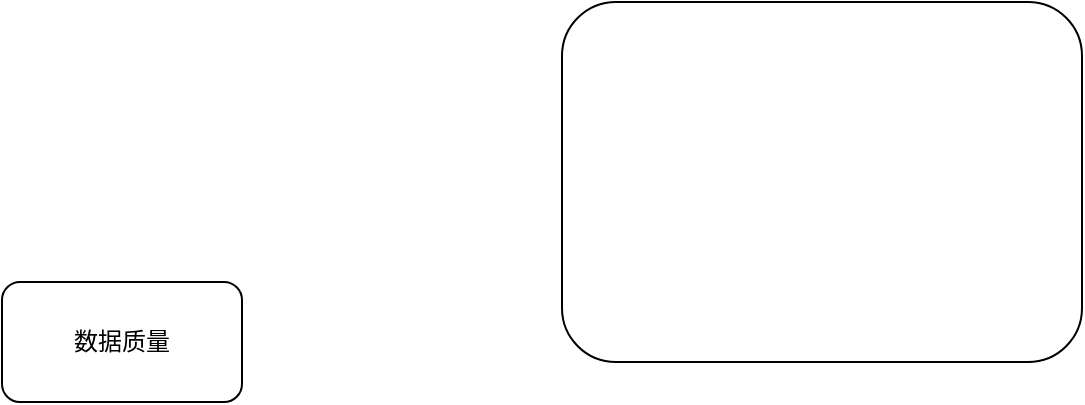
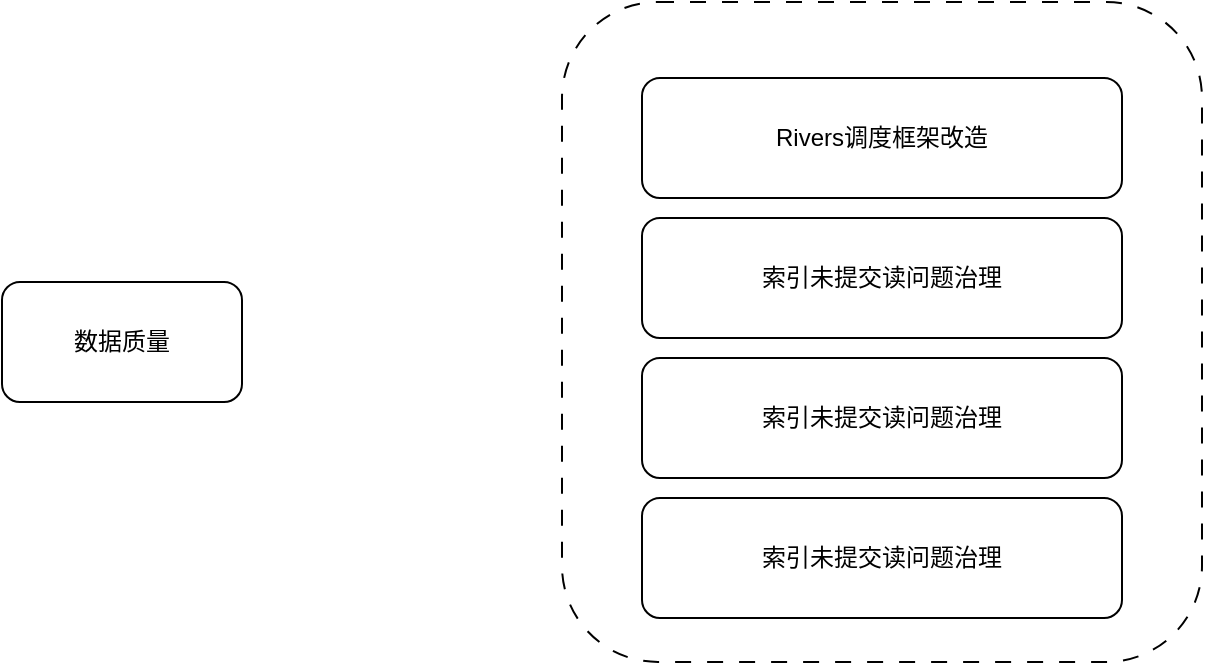
<mxfile host="app.diagrams.net">
  <diagram name="第 1 页" id="GW5pIs5veht1JAp7KkI_">
    <mxGraphModel dx="1414" dy="743" grid="1" gridSize="10" guides="1" tooltips="1" connect="1" arrows="1" fold="1" page="1" pageScale="1" pageWidth="827" pageHeight="1169" math="0" shadow="0">
      <root>
        <mxCell id="0" />
        <mxCell id="1" parent="0" />
        <mxCell id="wTcDe9Maki3rzC6nWKls-1" parent="1" style="rounded=1;whiteSpace=wrap;html=1;" value="数据质量" vertex="1">
          <mxGeometry height="60" width="120" x="40" y="170" as="geometry" />
        </mxCell>
-         <mxCell id="wTcDe9Maki3rzC6nWKls-2" parent="1" style="rounded=1;whiteSpace=wrap;html=1;" value="" vertex="1">
-           <mxGeometry height="180" width="260" x="320" y="30" as="geometry" />
+         <mxCell id="wTcDe9Maki3rzC6nWKls-2" parent="1" style="rounded=1;whiteSpace=wrap;html=1;dashed=1;dashPattern=8 8;" value="" vertex="1">
+           <mxGeometry height="330" width="320" x="320" y="30" as="geometry" />
+         </mxCell>
+         <mxCell id="tlZWuGnZ34qc-_XEAHlx-2" parent="1" style="rounded=1;whiteSpace=wrap;html=1;" value="Rivers调度框架改造" vertex="1">
+           <mxGeometry height="60" width="240" x="360" y="68" as="geometry" />
+         </mxCell>
+         <mxCell id="tlZWuGnZ34qc-_XEAHlx-3" parent="1" style="rounded=1;whiteSpace=wrap;html=1;" value="&lt;div data-page-id=&quot;RyA2dkQfAo6vjfxjHSMc7yh9nOb&quot; data-lark-html-role=&quot;root&quot; data-docx-has-block-data=&quot;false&quot;&gt;&lt;div class=&quot;old-record-id-T3LcdIdbMojNDJxLqQOcARHGnTf&quot;&gt;索引未提交读问题治理&lt;/div&gt;&lt;/div&gt;&lt;span data-lark-record-data=&quot;{&amp;quot;rootId&amp;quot;:&amp;quot;RyA2dkQfAo6vjfxjHSMc7yh9nOb&amp;quot;,&amp;quot;text&amp;quot;:{&amp;quot;initialAttributedTexts&amp;quot;:{&amp;quot;text&amp;quot;:{&amp;quot;0&amp;quot;:&amp;quot;索引未提交读问题治理&amp;quot;},&amp;quot;attribs&amp;quot;:{&amp;quot;0&amp;quot;:&amp;quot;*0+a&amp;quot;}},&amp;quot;apool&amp;quot;:{&amp;quot;numToAttrib&amp;quot;:{&amp;quot;0&amp;quot;:[&amp;quot;author&amp;quot;,&amp;quot;7514862704348151811&amp;quot;]},&amp;quot;nextNum&amp;quot;:1}},&amp;quot;type&amp;quot;:&amp;quot;text&amp;quot;,&amp;quot;referenceRecordMap&amp;quot;:{},&amp;quot;extra&amp;quot;:{&amp;quot;channel&amp;quot;:&amp;quot;saas&amp;quot;,&amp;quot;isEqualBlockSelection&amp;quot;:false,&amp;quot;pasteRandomId&amp;quot;:&amp;quot;af7d7ebb-5849-4b27-9374-e3078228d6c2&amp;quot;,&amp;quot;mention_page_title&amp;quot;:{},&amp;quot;external_mention_url&amp;quot;:{}},&amp;quot;isKeepQuoteContainer&amp;quot;:false,&amp;quot;isFromCode&amp;quot;:false,&amp;quot;selection&amp;quot;:[{&amp;quot;id&amp;quot;:904,&amp;quot;type&amp;quot;:&amp;quot;text&amp;quot;,&amp;quot;selection&amp;quot;:{&amp;quot;start&amp;quot;:0,&amp;quot;end&amp;quot;:10},&amp;quot;recordId&amp;quot;:&amp;quot;T3LcdIdbMojNDJxLqQOcARHGnTf&amp;quot;}],&amp;quot;payloadMap&amp;quot;:{},&amp;quot;isCut&amp;quot;:false}&quot; data-lark-record-format=&quot;docx/text&quot; class=&quot;lark-record-clipboard&quot;&gt;&lt;/span&gt;" vertex="1">
+           <mxGeometry height="60" width="240" x="360" y="138" as="geometry" />
+         </mxCell>
+         <mxCell id="tlZWuGnZ34qc-_XEAHlx-4" parent="1" style="rounded=1;whiteSpace=wrap;html=1;" value="&lt;div data-page-id=&quot;RyA2dkQfAo6vjfxjHSMc7yh9nOb&quot; data-lark-html-role=&quot;root&quot; data-docx-has-block-data=&quot;false&quot;&gt;&lt;div class=&quot;old-record-id-T3LcdIdbMojNDJxLqQOcARHGnTf&quot;&gt;索引未提交读问题治理&lt;/div&gt;&lt;/div&gt;&lt;span data-lark-record-data=&quot;{&amp;quot;rootId&amp;quot;:&amp;quot;RyA2dkQfAo6vjfxjHSMc7yh9nOb&amp;quot;,&amp;quot;text&amp;quot;:{&amp;quot;initialAttributedTexts&amp;quot;:{&amp;quot;text&amp;quot;:{&amp;quot;0&amp;quot;:&amp;quot;索引未提交读问题治理&amp;quot;},&amp;quot;attribs&amp;quot;:{&amp;quot;0&amp;quot;:&amp;quot;*0+a&amp;quot;}},&amp;quot;apool&amp;quot;:{&amp;quot;numToAttrib&amp;quot;:{&amp;quot;0&amp;quot;:[&amp;quot;author&amp;quot;,&amp;quot;7514862704348151811&amp;quot;]},&amp;quot;nextNum&amp;quot;:1}},&amp;quot;type&amp;quot;:&amp;quot;text&amp;quot;,&amp;quot;referenceRecordMap&amp;quot;:{},&amp;quot;extra&amp;quot;:{&amp;quot;channel&amp;quot;:&amp;quot;saas&amp;quot;,&amp;quot;isEqualBlockSelection&amp;quot;:false,&amp;quot;pasteRandomId&amp;quot;:&amp;quot;af7d7ebb-5849-4b27-9374-e3078228d6c2&amp;quot;,&amp;quot;mention_page_title&amp;quot;:{},&amp;quot;external_mention_url&amp;quot;:{}},&amp;quot;isKeepQuoteContainer&amp;quot;:false,&amp;quot;isFromCode&amp;quot;:false,&amp;quot;selection&amp;quot;:[{&amp;quot;id&amp;quot;:904,&amp;quot;type&amp;quot;:&amp;quot;text&amp;quot;,&amp;quot;selection&amp;quot;:{&amp;quot;start&amp;quot;:0,&amp;quot;end&amp;quot;:10},&amp;quot;recordId&amp;quot;:&amp;quot;T3LcdIdbMojNDJxLqQOcARHGnTf&amp;quot;}],&amp;quot;payloadMap&amp;quot;:{},&amp;quot;isCut&amp;quot;:false}&quot; data-lark-record-format=&quot;docx/text&quot; class=&quot;lark-record-clipboard&quot;&gt;&lt;/span&gt;" vertex="1">
+           <mxGeometry height="60" width="240" x="360" y="208" as="geometry" />
+         </mxCell>
+         <mxCell id="tlZWuGnZ34qc-_XEAHlx-5" parent="1" style="rounded=1;whiteSpace=wrap;html=1;" value="&lt;div data-page-id=&quot;RyA2dkQfAo6vjfxjHSMc7yh9nOb&quot; data-lark-html-role=&quot;root&quot; data-docx-has-block-data=&quot;false&quot;&gt;&lt;div class=&quot;old-record-id-T3LcdIdbMojNDJxLqQOcARHGnTf&quot;&gt;索引未提交读问题治理&lt;/div&gt;&lt;/div&gt;&lt;span data-lark-record-data=&quot;{&amp;quot;rootId&amp;quot;:&amp;quot;RyA2dkQfAo6vjfxjHSMc7yh9nOb&amp;quot;,&amp;quot;text&amp;quot;:{&amp;quot;initialAttributedTexts&amp;quot;:{&amp;quot;text&amp;quot;:{&amp;quot;0&amp;quot;:&amp;quot;索引未提交读问题治理&amp;quot;},&amp;quot;attribs&amp;quot;:{&amp;quot;0&amp;quot;:&amp;quot;*0+a&amp;quot;}},&amp;quot;apool&amp;quot;:{&amp;quot;numToAttrib&amp;quot;:{&amp;quot;0&amp;quot;:[&amp;quot;author&amp;quot;,&amp;quot;7514862704348151811&amp;quot;]},&amp;quot;nextNum&amp;quot;:1}},&amp;quot;type&amp;quot;:&amp;quot;text&amp;quot;,&amp;quot;referenceRecordMap&amp;quot;:{},&amp;quot;extra&amp;quot;:{&amp;quot;channel&amp;quot;:&amp;quot;saas&amp;quot;,&amp;quot;isEqualBlockSelection&amp;quot;:false,&amp;quot;pasteRandomId&amp;quot;:&amp;quot;af7d7ebb-5849-4b27-9374-e3078228d6c2&amp;quot;,&amp;quot;mention_page_title&amp;quot;:{},&amp;quot;external_mention_url&amp;quot;:{}},&amp;quot;isKeepQuoteContainer&amp;quot;:false,&amp;quot;isFromCode&amp;quot;:false,&amp;quot;selection&amp;quot;:[{&amp;quot;id&amp;quot;:904,&amp;quot;type&amp;quot;:&amp;quot;text&amp;quot;,&amp;quot;selection&amp;quot;:{&amp;quot;start&amp;quot;:0,&amp;quot;end&amp;quot;:10},&amp;quot;recordId&amp;quot;:&amp;quot;T3LcdIdbMojNDJxLqQOcARHGnTf&amp;quot;}],&amp;quot;payloadMap&amp;quot;:{},&amp;quot;isCut&amp;quot;:false}&quot; data-lark-record-format=&quot;docx/text&quot; class=&quot;lark-record-clipboard&quot;&gt;&lt;/span&gt;" vertex="1">
+           <mxGeometry height="60" width="240" x="360" y="278" as="geometry" />
        </mxCell>
      </root>
    </mxGraphModel>
  </diagram>
</mxfile>
